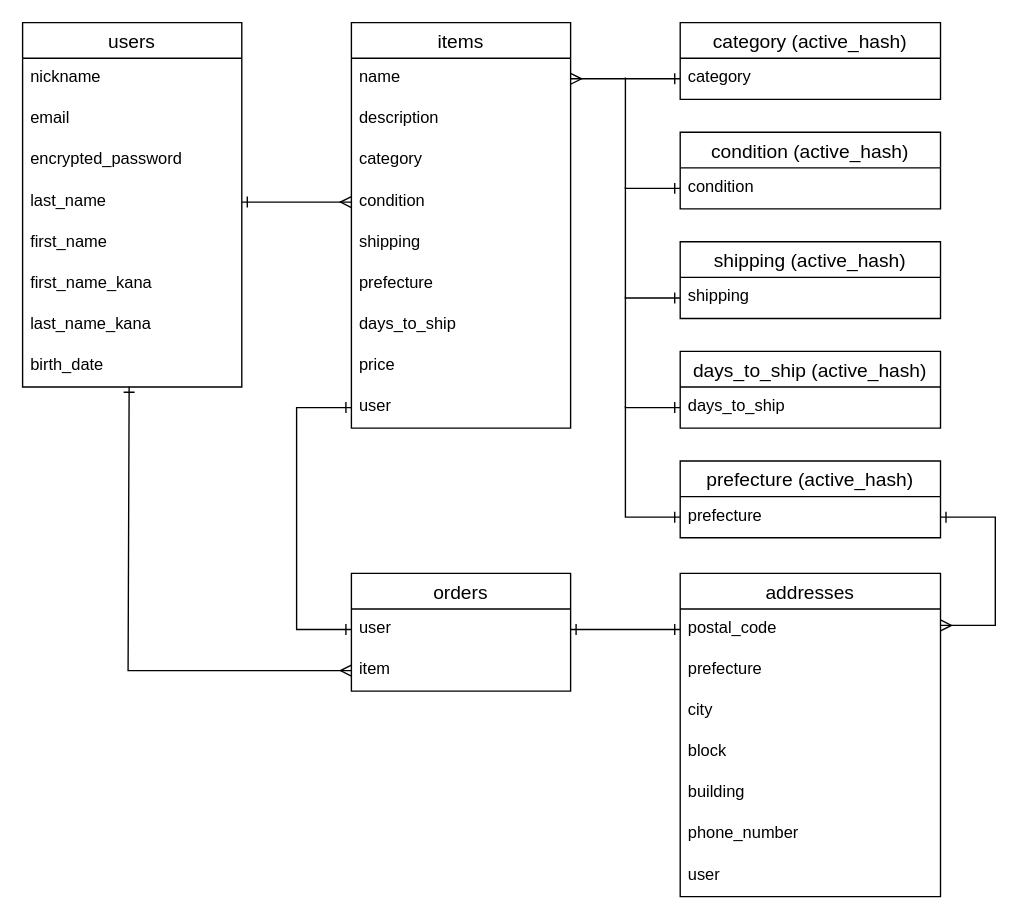
The draw.io diagram erd.dio in TomFuyong/furima-38442, before the edit. Source tidied: cells renumbered, new cells numbered last; positions are measured from the earlier drawing's top-left corner, leaving out a move shared by most shapes. Both pictures are drawn from the tidied source at 137%, with x=0, y=0 at pixel (22, 22).
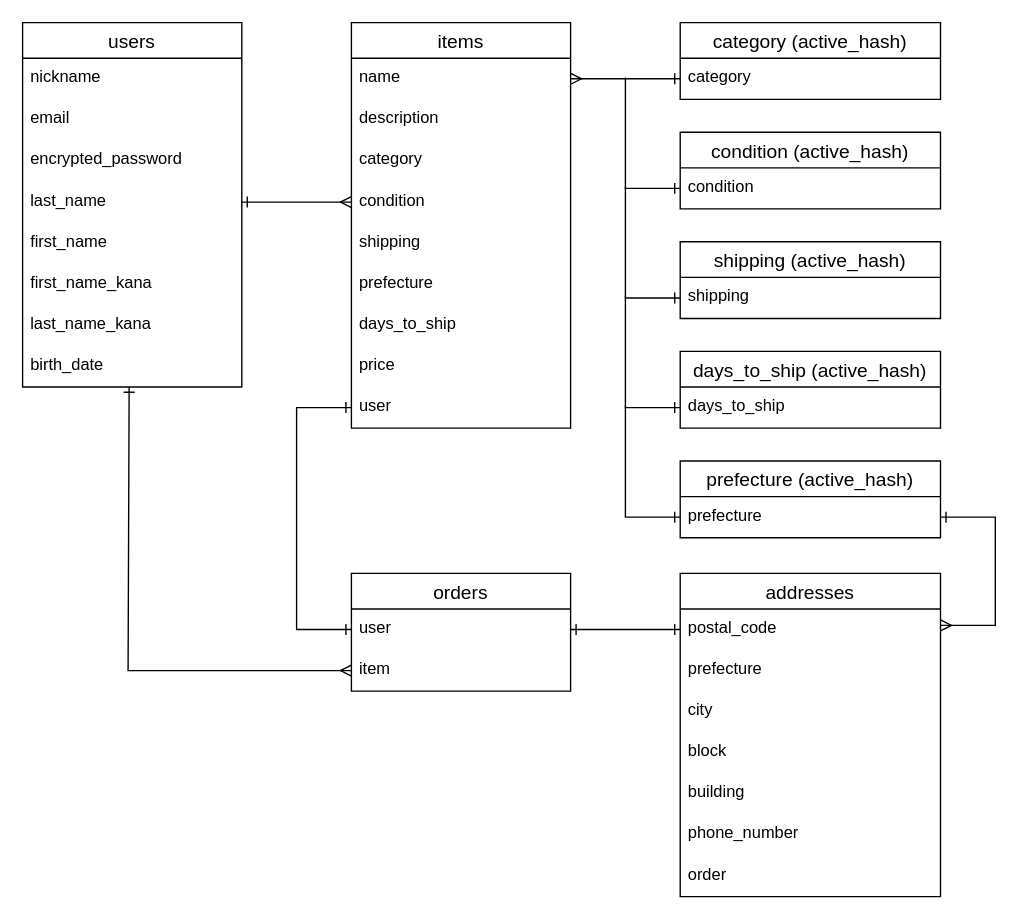
Above is the later version.

Commit message (it also covers changes not shown here):
外部キーの修正

Unchanged cells that the change refers to:
```xml
<mxCell id="24" value="addresses" style="swimlane;fontStyle=0;horizontal=1;startSize=26;align=center;fontSize=14;" parent="1" vertex="1">
  <mxGeometry x="480" y="402" width="190" height="236" as="geometry" />
</mxCell>
```

The edit, as a diff of the source:
```diff
@@
-    <mxCell id="31" value="user" style="text;strokeColor=none;fillColor=none;spacingLeft=4;spacingRight=4;overflow=hidden;fontSize=12;" parent="24" vertex="1">
+    <mxCell id="31" value="order" style="text;strokeColor=none;fillColor=none;spacingLeft=4;spacingRight=4;overflow=hidden;fontSize=12;" parent="24" vertex="1">
       <mxGeometry y="206" width="190" height="30" as="geometry" />
     </mxCell>
```
